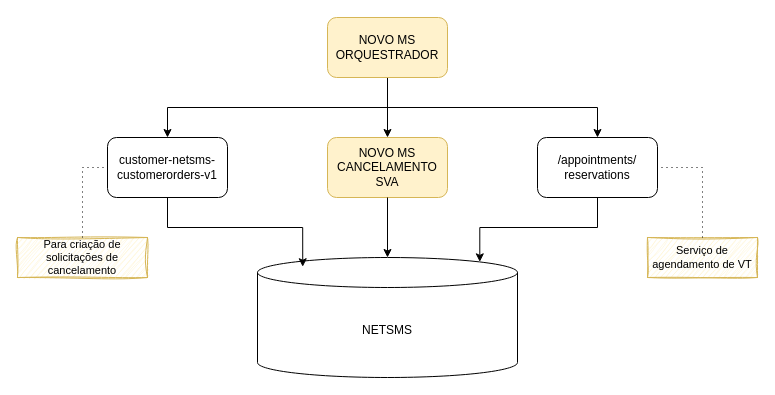
Above: page "Ver 2" (2 of 2) of Cancelamento via NBA.drawio in samirali/ClaroBrasil (draw.io), before the change. Source tidied: cells renumbered, new cells numbered last; positions are measured from the earlier drawing's top-left corner, leaving out a move shared by most shapes. Both pictures are drawn from the tidied source at 100%, with x=0, y=0 at pixel (17, 17).
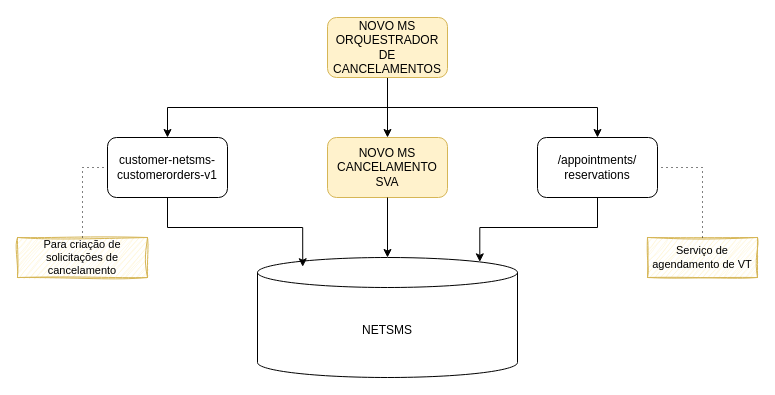
The same diagram, later.

The edit, as a diff of the source:
```diff
@@
 <mxGraphModel>
   <root>
     <mxCell id="0" />
     <mxCell id="1" parent="0" />
     <mxCell id="2" value="NETSMS" style="shape=cylinder3;whiteSpace=wrap;html=1;boundedLbl=1;backgroundOutline=1;size=15;hachureGap=4;fontFamily=Helvetica;" parent="1" vertex="1">
       <mxGeometry x="240" y="240" width="260" height="120" as="geometry" />
     </mxCell>
     <mxCell id="3" value="NOVO MS CANCELAMENTO SVA" style="rounded=1;whiteSpace=wrap;html=1;hachureGap=4;fontFamily=Helvetica;fillColor=#fff2cc;strokeColor=#d6b656;" parent="1" vertex="1">
       <mxGeometry x="310" y="120" width="120" height="60" as="geometry" />
     </mxCell>
     <mxCell id="4" style="edgeStyle=orthogonalEdgeStyle;rounded=0;jettySize=auto;html=1;entryX=0.5;entryY=0;entryDx=0;entryDy=0;exitX=0.5;exitY=1;exitDx=0;exitDy=0;" parent="1" edge="1" source="7" target="13">
       <mxGeometry relative="1" as="geometry" />
     </mxCell>
     <mxCell id="5" style="edgeStyle=orthogonalEdgeStyle;rounded=0;jettySize=auto;html=1;entryX=0.5;entryY=0;entryDx=0;entryDy=0;" parent="1" edge="1" source="7" target="3">
       <mxGeometry relative="1" as="geometry" />
     </mxCell>
     <mxCell id="6" style="edgeStyle=orthogonalEdgeStyle;rounded=0;jettySize=auto;html=1;entryX=0.5;entryY=0;entryDx=0;entryDy=0;exitX=0.5;exitY=1;exitDx=0;exitDy=0;" parent="1" edge="1" source="7" target="10">
       <mxGeometry relative="1" as="geometry" />
     </mxCell>
-    <mxCell id="7" value="NOVO MS ORQUESTRADOR" style="rounded=1;whiteSpace=wrap;html=1;hachureGap=4;fontFamily=Helvetica;fillColor=#fff2cc;strokeColor=#d6b656;" parent="1" vertex="1">
+    <mxCell id="7" value="NOVO MS ORQUESTRADOR DE CANCELAMENTOS" style="rounded=1;whiteSpace=wrap;html=1;hachureGap=4;fontFamily=Helvetica;fillColor=#fff2cc;strokeColor=#d6b656;" parent="1" vertex="1">
       <mxGeometry x="310" width="120" height="60" as="geometry" />
     </mxCell>
     <mxCell id="8" value="Serviço de agendamento de VT" style="text;html=1;align=center;verticalAlign=middle;whiteSpace=wrap;rounded=0;fontFamily=Helvetica;fillColor=#fff2cc;strokeColor=#d6b656;fontSize=11;sketch=1;curveFitting=1;jiggle=2;" parent="1" vertex="1">
       <mxGeometry x="630" y="220" width="110" height="40" as="geometry" />
     </mxCell>
     <mxCell id="9" style="edgeStyle=orthogonalEdgeStyle;rounded=0;hachureGap=4;jettySize=auto;html=1;entryX=1;entryY=0.5;entryDx=0;entryDy=0;fontFamily=Helvetica;exitX=0.5;exitY=0;exitDx=0;exitDy=0;endArrow=none;endFill=0;dashed=1;dashPattern=1 4;" parent="1" edge="1" source="8" target="10">
       <mxGeometry relative="1" as="geometry" />
     </mxCell>
     <mxCell id="10" value="/appointments/&lt;div&gt;reservations&lt;/div&gt;" style="rounded=1;whiteSpace=wrap;html=1;hachureGap=4;fontFamily=Helvetica;" parent="1" vertex="1">
       <mxGeometry x="520" y="120" width="120" height="60" as="geometry" />
     </mxCell>
     <mxCell id="11" value="Para criação de solicitações de cancelamento" style="text;html=1;align=center;verticalAlign=middle;whiteSpace=wrap;rounded=0;fontFamily=Helvetica;fillColor=#fff2cc;strokeColor=#d6b656;fontSize=11;sketch=1;curveFitting=1;jiggle=2;" parent="1" vertex="1">
       <mxGeometry y="220" width="130" height="40" as="geometry" />
     </mxCell>
     <mxCell id="12" style="edgeStyle=orthogonalEdgeStyle;rounded=0;hachureGap=4;jettySize=auto;html=1;entryX=0;entryY=0.5;entryDx=0;entryDy=0;fontFamily=Helvetica;exitX=0.5;exitY=0;exitDx=0;exitDy=0;endArrow=none;endFill=0;dashed=1;dashPattern=1 4;" parent="1" edge="1" source="11" target="13">
       <mxGeometry relative="1" as="geometry" />
     </mxCell>
     <mxCell id="13" value="customer-netsms-customerorders-v1" style="rounded=1;whiteSpace=wrap;html=1;hachureGap=4;fontFamily=Helvetica;" parent="1" vertex="1">
       <mxGeometry x="90" y="120" width="120" height="60" as="geometry" />
     </mxCell>
     <mxCell id="14" style="edgeStyle=orthogonalEdgeStyle;rounded=0;jettySize=auto;html=1;entryX=0.174;entryY=0.077;entryDx=0;entryDy=0;entryPerimeter=0;exitX=0.5;exitY=1;exitDx=0;exitDy=0;" parent="1" edge="1" source="13" target="2">
       <mxGeometry relative="1" as="geometry" />
     </mxCell>
     <mxCell id="15" style="edgeStyle=orthogonalEdgeStyle;rounded=0;jettySize=auto;html=1;entryX=0.5;entryY=0;entryDx=0;entryDy=0;entryPerimeter=0;" parent="1" edge="1" source="3" target="2">
       <mxGeometry relative="1" as="geometry" />
     </mxCell>
     <mxCell id="16" style="edgeStyle=orthogonalEdgeStyle;rounded=0;jettySize=auto;html=1;entryX=0.855;entryY=0;entryDx=0;entryDy=4.35;entryPerimeter=0;exitX=0.5;exitY=1;exitDx=0;exitDy=0;" parent="1" edge="1" source="10" target="2">
       <mxGeometry relative="1" as="geometry" />
     </mxCell>
   </root>
 </mxGraphModel>
```
